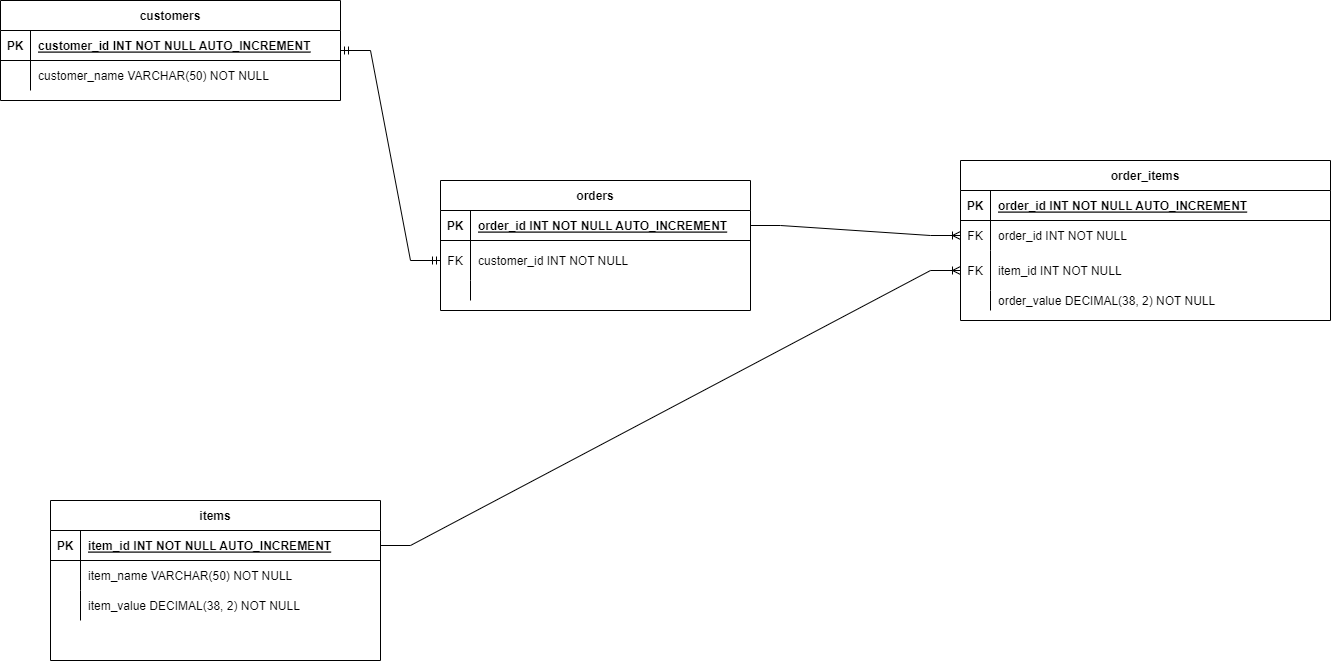
This is documentation/ERD.drawio.png from KesterJJ/IMS-project, a draw.io export, as it was before one commit. Source tidied: cells renumbered, new cells last; positions are measured from the earlier drawing's top-left corner, leaving out a move shared by most shapes. Source of this version:
```xml
<mxGraphModel>
  <root>
    <mxCell id="0" />
    <mxCell id="1" parent="0" />
    <mxCell id="2" value="orders" style="shape=table;startSize=30;rowLines=0;fontStyle=1;align=center;" parent="1" vertex="1">
      <mxGeometry x="440" y="180" width="310" height="130" as="geometry" />
    </mxCell>
    <mxCell id="3" style="shape=partialRectangle;fillColor=none;points=[[0,0.5],[1,0.5]];portConstraint=eastwest;top=0;left=0;right=0;bottom=1;" parent="2" vertex="1">
      <mxGeometry y="30" width="310" height="30" as="geometry" />
    </mxCell>
    <mxCell id="4" value="PK" style="shape=partialRectangle;overflow=hidden;fillColor=none;top=0;left=0;bottom=0;right=0;fontStyle=1;" parent="3" vertex="1">
      <mxGeometry width="30" height="30" as="geometry" />
    </mxCell>
    <mxCell id="5" value="order_id INT NOT NULL AUTO_INCREMENT" style="shape=partialRectangle;overflow=hidden;fillColor=none;top=0;left=0;bottom=0;right=0;align=left;spacingLeft=6;fontStyle=5;" parent="3" vertex="1">
      <mxGeometry x="30" width="280" height="30" as="geometry" />
    </mxCell>
    <mxCell id="6" style="shape=partialRectangle;fillColor=none;points=[[0,0.5],[1,0.5]];portConstraint=eastwest;top=0;left=0;right=0;bottom=0;" parent="2" vertex="1">
      <mxGeometry y="60" width="310" height="40" as="geometry" />
    </mxCell>
    <mxCell id="7" value="FK" style="shape=partialRectangle;overflow=hidden;fillColor=none;top=0;left=0;bottom=0;right=0;" parent="6" vertex="1">
      <mxGeometry width="30" height="40" as="geometry" />
    </mxCell>
    <mxCell id="8" value="customer_id INT NOT NULL" style="shape=partialRectangle;overflow=hidden;fillColor=none;top=0;left=0;bottom=0;right=0;align=left;spacingLeft=6;" parent="6" vertex="1">
      <mxGeometry x="30" width="280" height="40" as="geometry" />
    </mxCell>
    <mxCell id="9" style="shape=tableRow;horizontal=0;startSize=0;swimlaneHead=0;swimlaneBody=0;fillColor=none;top=0;left=0;right=0;bottom=0;" parent="2" vertex="1">
      <mxGeometry y="100" width="310" height="20" as="geometry" />
    </mxCell>
    <mxCell id="10" style="shape=partialRectangle;fillColor=none;top=0;left=0;bottom=0;right=0;overflow=hidden;" parent="9" vertex="1">
      <mxGeometry width="30" height="20" as="geometry" />
    </mxCell>
    <mxCell id="11" style="shape=partialRectangle;fillColor=none;top=0;left=0;bottom=0;right=0;align=left;spacingLeft=6;overflow=hidden;" parent="9" vertex="1">
      <mxGeometry x="30" width="280" height="20" as="geometry" />
    </mxCell>
    <mxCell id="12" value="customers" style="shape=table;startSize=30;rowLines=0;fontStyle=1;align=center;" parent="1" vertex="1">
      <mxGeometry width="340" height="100" as="geometry" />
    </mxCell>
    <mxCell id="13" style="shape=partialRectangle;fillColor=none;top=0;left=0;right=0;bottom=1;" parent="12" vertex="1">
      <mxGeometry y="30" width="340" height="30" as="geometry" />
    </mxCell>
    <mxCell id="14" value="PK" style="shape=partialRectangle;overflow=hidden;fillColor=none;top=0;left=0;bottom=0;right=0;fontStyle=1;" parent="13" vertex="1">
      <mxGeometry width="30" height="30" as="geometry" />
    </mxCell>
    <mxCell id="15" value="customer_id INT NOT NULL AUTO_INCREMENT" style="shape=partialRectangle;overflow=hidden;fillColor=none;top=0;left=0;bottom=0;right=0;align=left;spacingLeft=6;fontStyle=5;" parent="13" vertex="1">
      <mxGeometry x="30" width="310" height="30" as="geometry" />
    </mxCell>
    <mxCell id="16" style="shape=partialRectangle;fillColor=none;top=0;left=0;right=0;bottom=0;" parent="12" vertex="1">
      <mxGeometry y="60" width="340" height="30" as="geometry" />
    </mxCell>
    <mxCell id="17" style="shape=partialRectangle;overflow=hidden;fillColor=none;top=0;left=0;bottom=0;right=0;" parent="16" vertex="1">
      <mxGeometry width="30" height="30" as="geometry" />
    </mxCell>
    <mxCell id="18" value="customer_name VARCHAR(50) NOT NULL" style="shape=partialRectangle;overflow=hidden;fillColor=none;top=0;left=0;bottom=0;right=0;align=left;spacingLeft=6;" parent="16" vertex="1">
      <mxGeometry x="30" width="310" height="30" as="geometry" />
    </mxCell>
    <mxCell id="19" value="items" style="shape=table;startSize=30;rowLines=0;fontStyle=1;align=center;" parent="1" vertex="1">
      <mxGeometry x="50" y="500" width="330" height="160" as="geometry" />
    </mxCell>
    <mxCell id="20" style="shape=tableRow;horizontal=0;startSize=0;swimlaneHead=0;swimlaneBody=0;fillColor=none;points=[[0,0.5],[1,0.5]];portConstraint=eastwest;top=0;left=0;right=0;bottom=1;" parent="19" vertex="1">
      <mxGeometry y="30" width="330" height="30" as="geometry" />
    </mxCell>
    <mxCell id="21" value="PK" style="shape=partialRectangle;fillColor=none;top=0;left=0;bottom=0;right=0;fontStyle=1;overflow=hidden;" parent="20" vertex="1">
      <mxGeometry width="30" height="30" as="geometry" />
    </mxCell>
    <mxCell id="22" value="item_id INT NOT NULL AUTO_INCREMENT" style="shape=partialRectangle;fillColor=none;top=0;left=0;bottom=0;right=0;align=left;spacingLeft=6;fontStyle=5;overflow=hidden;" parent="20" vertex="1">
      <mxGeometry x="30" width="300" height="30" as="geometry" />
    </mxCell>
    <mxCell id="23" style="shape=tableRow;horizontal=0;startSize=0;swimlaneHead=0;swimlaneBody=0;fillColor=none;top=0;left=0;right=0;bottom=0;" parent="19" vertex="1">
      <mxGeometry y="60" width="330" height="30" as="geometry" />
    </mxCell>
    <mxCell id="24" style="shape=partialRectangle;fillColor=none;top=0;left=0;bottom=0;right=0;overflow=hidden;" parent="23" vertex="1">
      <mxGeometry width="30" height="30" as="geometry" />
    </mxCell>
    <mxCell id="25" value="item_name VARCHAR(50) NOT NULL" style="shape=partialRectangle;fillColor=none;top=0;left=0;bottom=0;right=0;align=left;spacingLeft=6;overflow=hidden;" parent="23" vertex="1">
      <mxGeometry x="30" width="300" height="30" as="geometry" />
    </mxCell>
    <mxCell id="26" style="shape=tableRow;horizontal=0;startSize=0;swimlaneHead=0;swimlaneBody=0;fillColor=none;top=0;left=0;right=0;bottom=0;" parent="19" vertex="1">
      <mxGeometry y="90" width="330" height="30" as="geometry" />
    </mxCell>
    <mxCell id="27" style="shape=partialRectangle;fillColor=none;top=0;left=0;bottom=0;right=0;overflow=hidden;" parent="26" vertex="1">
      <mxGeometry width="30" height="30" as="geometry" />
    </mxCell>
    <mxCell id="28" value="item_value DECIMAL(38, 2) NOT NULL" style="shape=partialRectangle;fillColor=none;top=0;left=0;bottom=0;right=0;align=left;spacingLeft=6;overflow=hidden;" parent="26" vertex="1">
      <mxGeometry x="30" width="300" height="30" as="geometry" />
    </mxCell>
    <mxCell id="29" value="order_items" style="shape=table;startSize=30;rowLines=0;fontStyle=1;align=center;" parent="1" vertex="1">
      <mxGeometry x="960" y="160" width="370" height="160" as="geometry" />
    </mxCell>
    <mxCell id="30" style="shape=tableRow;horizontal=0;startSize=0;swimlaneHead=0;swimlaneBody=0;fillColor=none;top=0;left=0;right=0;bottom=1;" parent="29" vertex="1">
      <mxGeometry y="30" width="370" height="30" as="geometry" />
    </mxCell>
    <mxCell id="31" value="PK" style="shape=partialRectangle;fillColor=none;top=0;left=0;bottom=0;right=0;fontStyle=1;overflow=hidden;" parent="30" vertex="1">
      <mxGeometry width="30" height="30" as="geometry" />
    </mxCell>
    <mxCell id="32" value="order_id INT NOT NULL AUTO_INCREMENT" style="shape=partialRectangle;fillColor=none;top=0;left=0;bottom=0;right=0;align=left;spacingLeft=6;fontStyle=5;overflow=hidden;" parent="30" vertex="1">
      <mxGeometry x="30" width="340" height="30" as="geometry" />
    </mxCell>
    <mxCell id="33" style="shape=tableRow;horizontal=0;startSize=0;swimlaneHead=0;swimlaneBody=0;fillColor=none;points=[[0,0.5],[1,0.5]];portConstraint=eastwest;top=0;left=0;right=0;bottom=0;" parent="29" vertex="1">
      <mxGeometry y="60" width="370" height="30" as="geometry" />
    </mxCell>
    <mxCell id="34" value="FK" style="shape=partialRectangle;fillColor=none;top=0;left=0;bottom=0;right=0;overflow=hidden;" parent="33" vertex="1">
      <mxGeometry width="30" height="30" as="geometry" />
    </mxCell>
    <mxCell id="35" value="order_id INT NOT NULL" style="shape=partialRectangle;fillColor=none;top=0;left=0;bottom=0;right=0;align=left;spacingLeft=6;overflow=hidden;" parent="33" vertex="1">
      <mxGeometry x="30" width="340" height="30" as="geometry" />
    </mxCell>
    <mxCell id="36" style="shape=tableRow;horizontal=0;startSize=0;swimlaneHead=0;swimlaneBody=0;fillColor=none;points=[[0,0.5],[1,0.5]];portConstraint=eastwest;top=0;left=0;right=0;bottom=0;" parent="29" vertex="1">
      <mxGeometry y="90" width="370" height="40" as="geometry" />
    </mxCell>
    <mxCell id="37" value="FK" style="shape=partialRectangle;fillColor=none;top=0;left=0;bottom=0;right=0;overflow=hidden;" parent="36" vertex="1">
      <mxGeometry width="30" height="40" as="geometry" />
    </mxCell>
    <mxCell id="38" value="item_id INT NOT NULL" style="shape=partialRectangle;fillColor=none;top=0;left=0;bottom=0;right=0;align=left;spacingLeft=6;overflow=hidden;" parent="36" vertex="1">
      <mxGeometry x="30" width="340" height="40" as="geometry" />
    </mxCell>
    <mxCell id="39" style="shape=tableRow;horizontal=0;startSize=0;swimlaneHead=0;swimlaneBody=0;fillColor=none;top=0;left=0;right=0;bottom=0;" parent="29" vertex="1">
      <mxGeometry y="130" width="370" height="20" as="geometry" />
    </mxCell>
    <mxCell id="40" style="shape=partialRectangle;fillColor=none;top=0;left=0;bottom=0;right=0;overflow=hidden;" parent="39" vertex="1">
      <mxGeometry width="30" height="20" as="geometry" />
    </mxCell>
    <mxCell id="41" value="order_value DECIMAL(38, 2) NOT NULL" style="shape=partialRectangle;fillColor=none;top=0;left=0;bottom=0;right=0;align=left;spacingLeft=6;overflow=hidden;" parent="39" vertex="1">
      <mxGeometry x="30" width="340" height="20" as="geometry" />
    </mxCell>
    <mxCell id="42" style="edgeStyle=entityRelationEdgeStyle;fontSize=12;html=1;endArrow=ERoneToMany;rounded=0;exitX=1;exitY=0.5;exitDx=0;exitDy=0;entryX=0;entryY=0.5;entryDx=0;entryDy=0;" parent="1" edge="1" source="20" target="36">
      <mxGeometry relative="1" as="geometry" />
    </mxCell>
    <mxCell id="43" style="edgeStyle=entityRelationEdgeStyle;fontSize=12;html=1;endArrow=ERmandOne;startArrow=ERmandOne;rounded=0;entryX=0;entryY=0.5;entryDx=0;entryDy=0;" parent="1" edge="1" target="6">
      <mxGeometry relative="1" as="geometry">
        <mxPoint x="340" y="50" as="sourcePoint" />
      </mxGeometry>
    </mxCell>
    <mxCell id="44" style="edgeStyle=entityRelationEdgeStyle;fontSize=12;html=1;endArrow=ERoneToMany;rounded=0;entryX=0;entryY=0.5;entryDx=0;entryDy=0;exitX=1;exitY=0.5;exitDx=0;exitDy=0;" parent="1" edge="1" source="3" target="33">
      <mxGeometry relative="1" as="geometry" />
    </mxCell>
  </root>
</mxGraphModel>
```
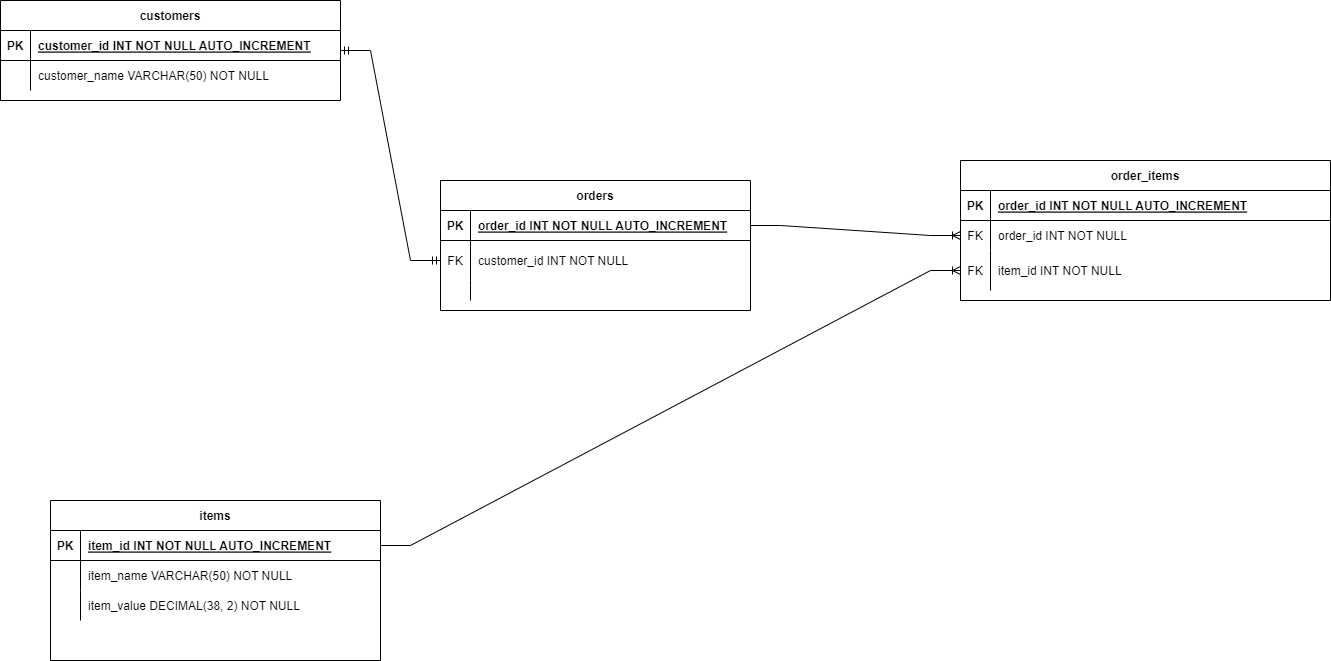
Later version of the same file.

Diff of the diagram source:
```diff
@@ -84,7 +84,7 @@
       <mxGeometry x="30" width="300" height="30" as="geometry" />
     </mxCell>
     <mxCell id="29" value="order_items" style="shape=table;startSize=30;rowLines=0;fontStyle=1;align=center;" parent="1" vertex="1">
-      <mxGeometry x="960" y="160" width="370" height="160" as="geometry" />
+      <mxGeometry x="960" y="160" width="370" height="140" as="geometry" />
     </mxCell>
     <mxCell id="30" style="shape=tableRow;horizontal=0;startSize=0;swimlaneHead=0;swimlaneBody=0;fillColor=none;top=0;left=0;right=0;bottom=1;" parent="29" vertex="1">
       <mxGeometry y="30" width="370" height="30" as="geometry" />
@@ -113,15 +113,6 @@
     <mxCell id="38" value="item_id INT NOT NULL" style="shape=partialRectangle;fillColor=none;top=0;left=0;bottom=0;right=0;align=left;spacingLeft=6;overflow=hidden;" parent="36" vertex="1">
       <mxGeometry x="30" width="340" height="40" as="geometry" />
     </mxCell>
-    <mxCell id="39" style="shape=tableRow;horizontal=0;startSize=0;swimlaneHead=0;swimlaneBody=0;fillColor=none;top=0;left=0;right=0;bottom=0;" parent="29" vertex="1">
-      <mxGeometry y="130" width="370" height="20" as="geometry" />
-    </mxCell>
-    <mxCell id="40" style="shape=partialRectangle;fillColor=none;top=0;left=0;bottom=0;right=0;overflow=hidden;" parent="39" vertex="1">
-      <mxGeometry width="30" height="20" as="geometry" />
-    </mxCell>
-    <mxCell id="41" value="order_value DECIMAL(38, 2) NOT NULL" style="shape=partialRectangle;fillColor=none;top=0;left=0;bottom=0;right=0;align=left;spacingLeft=6;overflow=hidden;" parent="39" vertex="1">
-      <mxGeometry x="30" width="340" height="20" as="geometry" />
-    </mxCell>
     <mxCell id="42" style="edgeStyle=entityRelationEdgeStyle;fontSize=12;html=1;endArrow=ERoneToMany;rounded=0;exitX=1;exitY=0.5;exitDx=0;exitDy=0;entryX=0;entryY=0.5;entryDx=0;entryDy=0;" parent="1" edge="1" source="20" target="36">
       <mxGeometry relative="1" as="geometry" />
     </mxCell>
```
